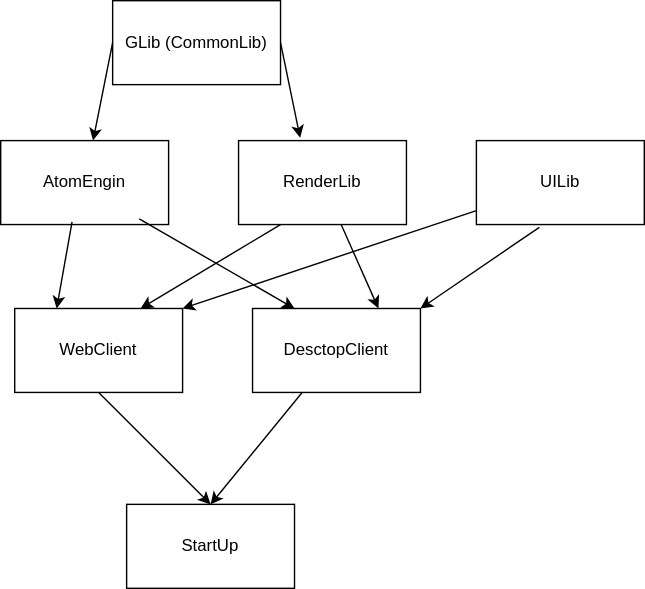
Ivgeniay/atom-engine-V2 keeps this draw.io diagram as docs/project_relative.drawio.svg. Above is the earlier version. Source tidied: cells renumbered, new cells last; positions are measured from the earlier drawing's top-left corner, leaving out a move shared by most shapes. Source of this version:
```xml
<mxGraphModel>
  <root>
    <mxCell id="0" />
    <mxCell id="1" parent="0" />
    <mxCell id="2" value="GLib (CommonLib)" style="rounded=0;whiteSpace=wrap;html=1;" parent="1" vertex="1">
      <mxGeometry x="80" width="120" height="60" as="geometry" />
    </mxCell>
    <mxCell id="3" value="AtomEngin" style="rounded=0;whiteSpace=wrap;html=1;direction=west;" parent="1" vertex="1">
      <mxGeometry y="100" width="120" height="60" as="geometry" />
    </mxCell>
    <mxCell id="4" value="RenderLib" style="rounded=0;whiteSpace=wrap;html=1;" parent="1" vertex="1">
      <mxGeometry x="170" y="100" width="120" height="60" as="geometry" />
    </mxCell>
    <mxCell id="5" style="endArrow=classic;html=1;exitX=1;exitY=0.5;exitDx=0;exitDy=0;entryX=0.367;entryY=-0.033;entryDx=0;entryDy=0;entryPerimeter=0;" parent="1" edge="1" source="2" target="4">
      <mxGeometry relative="1" as="geometry" />
    </mxCell>
    <mxCell id="6" style="endArrow=classic;html=1;exitX=0;exitY=0.5;exitDx=0;exitDy=0;" parent="1" edge="1" source="2" target="3">
      <mxGeometry relative="1" as="geometry" />
    </mxCell>
    <mxCell id="7" value="StartUp" style="rounded=0;whiteSpace=wrap;html=1;" parent="1" vertex="1">
      <mxGeometry x="90" y="360" width="120" height="60" as="geometry" />
    </mxCell>
    <mxCell id="8" value="WebClient" style="rounded=0;whiteSpace=wrap;html=1;" parent="1" vertex="1">
      <mxGeometry x="10" y="220" width="120" height="60" as="geometry" />
    </mxCell>
    <mxCell id="9" style="endArrow=classic;html=1;exitX=0.575;exitY=0.033;exitDx=0;exitDy=0;entryX=0.25;entryY=0;entryDx=0;entryDy=0;exitPerimeter=0;" parent="1" edge="1" source="3" target="8">
      <mxGeometry relative="1" as="geometry" />
    </mxCell>
    <mxCell id="10" style="endArrow=classic;html=1;exitX=0.25;exitY=1;exitDx=0;exitDy=0;entryX=0.75;entryY=0;entryDx=0;entryDy=0;" parent="1" edge="1" source="4" target="8">
      <mxGeometry relative="1" as="geometry" />
    </mxCell>
    <mxCell id="11" style="endArrow=classic;html=1;exitX=0.5;exitY=1;exitDx=0;exitDy=0;entryX=0.5;entryY=0;entryDx=0;entryDy=0;" parent="1" edge="1" source="8" target="7">
      <mxGeometry relative="1" as="geometry" />
    </mxCell>
    <mxCell id="12" value="UILib" style="rounded=0;whiteSpace=wrap;html=1;" parent="1" vertex="1">
      <mxGeometry x="340" y="100" width="120" height="60" as="geometry" />
    </mxCell>
    <mxCell id="13" value="DesctopClient" style="rounded=0;whiteSpace=wrap;html=1;" parent="1" vertex="1">
      <mxGeometry x="180" y="220" width="120" height="60" as="geometry" />
    </mxCell>
    <mxCell id="14" style="endArrow=classic;html=1;entryX=0.75;entryY=0;entryDx=0;entryDy=0;" parent="1" edge="1" source="4" target="13">
      <mxGeometry relative="1" as="geometry" />
    </mxCell>
    <mxCell id="15" style="endArrow=classic;html=1;exitX=0.175;exitY=0.067;exitDx=0;exitDy=0;exitPerimeter=0;entryX=0.25;entryY=0;entryDx=0;entryDy=0;" parent="1" edge="1" source="3" target="13">
      <mxGeometry relative="1" as="geometry" />
    </mxCell>
    <mxCell id="16" style="endArrow=classic;html=1;entryX=1;entryY=0;entryDx=0;entryDy=0;" parent="1" edge="1" source="12" target="8">
      <mxGeometry relative="1" as="geometry" />
    </mxCell>
    <mxCell id="17" style="endArrow=classic;html=1;exitX=0.375;exitY=1.033;exitDx=0;exitDy=0;exitPerimeter=0;entryX=1;entryY=0;entryDx=0;entryDy=0;" parent="1" edge="1" source="12" target="13">
      <mxGeometry relative="1" as="geometry" />
    </mxCell>
    <mxCell id="18" style="endArrow=classic;html=1;entryX=0.5;entryY=0;entryDx=0;entryDy=0;" parent="1" edge="1" source="13" target="7">
      <mxGeometry relative="1" as="geometry" />
    </mxCell>
  </root>
</mxGraphModel>
```
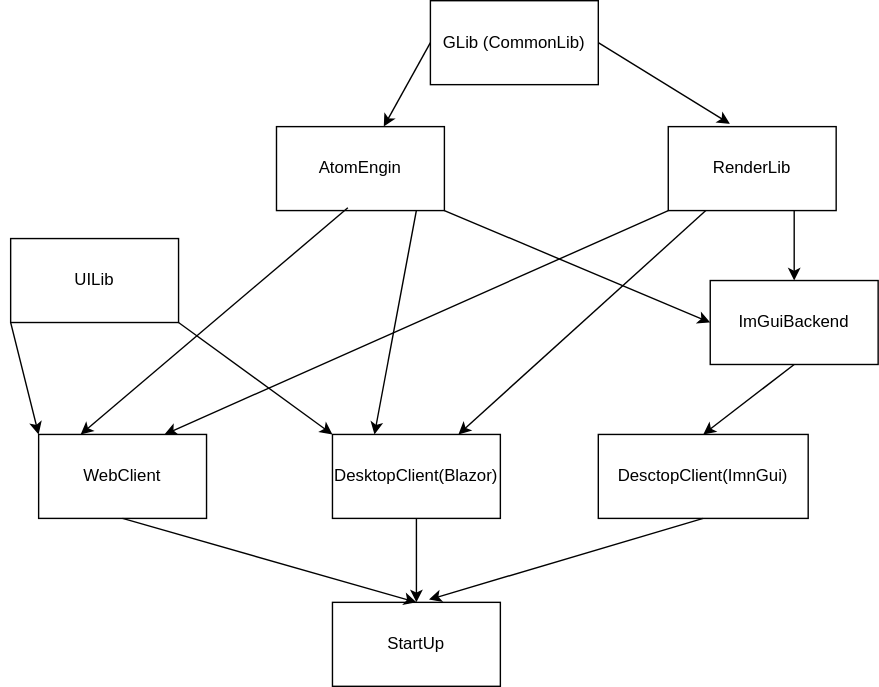
Above is the later version.

What changed in the source:
```diff
@@ -3,13 +3,13 @@
     <mxCell id="0" />
     <mxCell id="1" parent="0" />
     <mxCell id="2" value="GLib (CommonLib)" style="rounded=0;whiteSpace=wrap;html=1;" parent="1" vertex="1">
-      <mxGeometry x="80" width="120" height="60" as="geometry" />
+      <mxGeometry x="220" y="-80" width="120" height="60" as="geometry" />
     </mxCell>
     <mxCell id="3" value="AtomEngin" style="rounded=0;whiteSpace=wrap;html=1;direction=west;" parent="1" vertex="1">
-      <mxGeometry y="100" width="120" height="60" as="geometry" />
+      <mxGeometry x="110" y="10" width="120" height="60" as="geometry" />
     </mxCell>
     <mxCell id="4" value="RenderLib" style="rounded=0;whiteSpace=wrap;html=1;" parent="1" vertex="1">
-      <mxGeometry x="170" y="100" width="120" height="60" as="geometry" />
+      <mxGeometry x="390" y="10" width="120" height="60" as="geometry" />
     </mxCell>
     <mxCell id="5" style="endArrow=classic;html=1;exitX=1;exitY=0.5;exitDx=0;exitDy=0;entryX=0.367;entryY=-0.033;entryDx=0;entryDy=0;entryPerimeter=0;" parent="1" edge="1" source="2" target="4">
       <mxGeometry relative="1" as="geometry" />
@@ -18,40 +18,58 @@
       <mxGeometry relative="1" as="geometry" />
     </mxCell>
     <mxCell id="7" value="StartUp" style="rounded=0;whiteSpace=wrap;html=1;" parent="1" vertex="1">
-      <mxGeometry x="90" y="360" width="120" height="60" as="geometry" />
+      <mxGeometry x="150" y="350" width="120" height="60" as="geometry" />
     </mxCell>
     <mxCell id="8" value="WebClient" style="rounded=0;whiteSpace=wrap;html=1;" parent="1" vertex="1">
-      <mxGeometry x="10" y="220" width="120" height="60" as="geometry" />
+      <mxGeometry x="-60" y="230" width="120" height="60" as="geometry" />
     </mxCell>
     <mxCell id="9" style="endArrow=classic;html=1;exitX=0.575;exitY=0.033;exitDx=0;exitDy=0;entryX=0.25;entryY=0;entryDx=0;entryDy=0;exitPerimeter=0;" parent="1" edge="1" source="3" target="8">
       <mxGeometry relative="1" as="geometry" />
     </mxCell>
-    <mxCell id="10" style="endArrow=classic;html=1;exitX=0.25;exitY=1;exitDx=0;exitDy=0;entryX=0.75;entryY=0;entryDx=0;entryDy=0;" parent="1" edge="1" source="4" target="8">
+    <mxCell id="10" style="endArrow=classic;html=1;exitX=0;exitY=1;exitDx=0;exitDy=0;entryX=0.75;entryY=0;entryDx=0;entryDy=0;" parent="1" edge="1" source="4" target="8">
       <mxGeometry relative="1" as="geometry" />
     </mxCell>
     <mxCell id="11" style="endArrow=classic;html=1;exitX=0.5;exitY=1;exitDx=0;exitDy=0;entryX=0.5;entryY=0;entryDx=0;entryDy=0;" parent="1" edge="1" source="8" target="7">
       <mxGeometry relative="1" as="geometry" />
     </mxCell>
     <mxCell id="12" value="UILib" style="rounded=0;whiteSpace=wrap;html=1;" parent="1" vertex="1">
-      <mxGeometry x="340" y="100" width="120" height="60" as="geometry" />
+      <mxGeometry x="-80" y="90" width="120" height="60" as="geometry" />
     </mxCell>
-    <mxCell id="13" value="DesctopClient" style="rounded=0;whiteSpace=wrap;html=1;" parent="1" vertex="1">
-      <mxGeometry x="180" y="220" width="120" height="60" as="geometry" />
+    <mxCell id="13" value="DesktopClient(Blazor)" style="rounded=0;whiteSpace=wrap;html=1;" parent="1" vertex="1">
+      <mxGeometry x="150" y="230" width="120" height="60" as="geometry" />
     </mxCell>
     <mxCell id="14" style="endArrow=classic;html=1;entryX=0.75;entryY=0;entryDx=0;entryDy=0;" parent="1" edge="1" source="4" target="13">
       <mxGeometry relative="1" as="geometry" />
     </mxCell>
-    <mxCell id="15" style="endArrow=classic;html=1;exitX=0.175;exitY=0.067;exitDx=0;exitDy=0;exitPerimeter=0;entryX=0.25;entryY=0;entryDx=0;entryDy=0;" parent="1" edge="1" source="3" target="13">
+    <mxCell id="15" style="endArrow=classic;html=1;entryX=0.25;entryY=0;entryDx=0;entryDy=0;exitX=0.167;exitY=0;exitDx=0;exitDy=0;exitPerimeter=0;" parent="1" edge="1" source="3" target="13">
       <mxGeometry relative="1" as="geometry" />
     </mxCell>
-    <mxCell id="16" style="endArrow=classic;html=1;entryX=1;entryY=0;entryDx=0;entryDy=0;" parent="1" edge="1" source="12" target="8">
+    <mxCell id="16" style="endArrow=classic;html=1;entryX=0;entryY=0;entryDx=0;entryDy=0;exitX=0;exitY=1;exitDx=0;exitDy=0;" parent="1" edge="1" source="12" target="8">
       <mxGeometry relative="1" as="geometry" />
     </mxCell>
-    <mxCell id="17" style="endArrow=classic;html=1;exitX=0.375;exitY=1.033;exitDx=0;exitDy=0;exitPerimeter=0;entryX=1;entryY=0;entryDx=0;entryDy=0;" parent="1" edge="1" source="12" target="13">
+    <mxCell id="17" style="endArrow=classic;html=1;exitX=1;exitY=1;exitDx=0;exitDy=0;entryX=0;entryY=0;entryDx=0;entryDy=0;" parent="1" edge="1" source="12" target="13">
       <mxGeometry relative="1" as="geometry" />
     </mxCell>
     <mxCell id="18" style="endArrow=classic;html=1;entryX=0.5;entryY=0;entryDx=0;entryDy=0;" parent="1" edge="1" source="13" target="7">
       <mxGeometry relative="1" as="geometry" />
     </mxCell>
+    <mxCell id="19" value="DesctopClient(ImnGui)" style="rounded=0;whiteSpace=wrap;html=1;" parent="1" vertex="1">
+      <mxGeometry x="340" y="230" width="150" height="60" as="geometry" />
+    </mxCell>
+    <mxCell id="20" style="endArrow=classic;html=1;entryX=0.5;entryY=0;entryDx=0;entryDy=0;exitX=0.75;exitY=1;exitDx=0;exitDy=0;" parent="1" edge="1" source="4" target="22">
+      <mxGeometry relative="1" as="geometry" />
+    </mxCell>
+    <mxCell id="21" style="endArrow=classic;html=1;exitX=0;exitY=0;exitDx=0;exitDy=0;entryX=0;entryY=0.5;entryDx=0;entryDy=0;" parent="1" edge="1" source="3" target="22">
+      <mxGeometry relative="1" as="geometry" />
+    </mxCell>
+    <mxCell id="22" value="ImGuiBackend" style="rounded=0;whiteSpace=wrap;html=1;" parent="1" vertex="1">
+      <mxGeometry x="420" y="120" width="120" height="60" as="geometry" />
+    </mxCell>
+    <mxCell id="23" style="endArrow=classic;html=1;exitX=0.5;exitY=1;exitDx=0;exitDy=0;entryX=0.5;entryY=0;entryDx=0;entryDy=0;" parent="1" edge="1" source="22" target="19">
+      <mxGeometry relative="1" as="geometry" />
+    </mxCell>
+    <mxCell id="24" style="endArrow=classic;html=1;exitX=0.5;exitY=1;exitDx=0;exitDy=0;entryX=0.575;entryY=-0.033;entryDx=0;entryDy=0;entryPerimeter=0;" parent="1" edge="1" source="19" target="7">
+      <mxGeometry relative="1" as="geometry" />
+    </mxCell>
   </root>
 </mxGraphModel>
```
